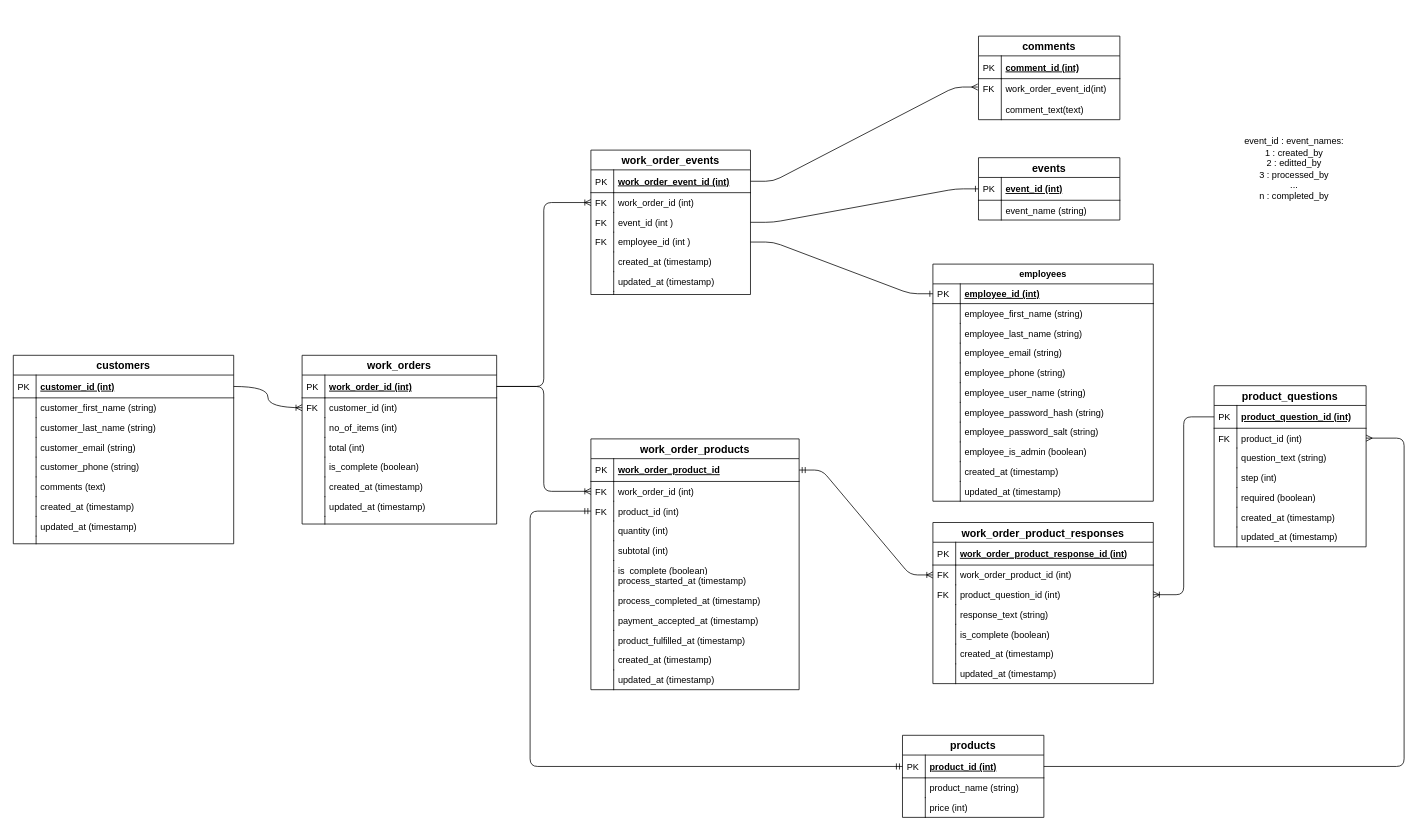
Before: db_schema.drawio in openorderapp/documentation, a draw.io diagram. Source tidied: cells renumbered, new cells numbered last; positions are measured from the earlier drawing's top-left corner, leaving out a move shared by most shapes. Both pictures are drawn from the tidied source at 76%, with x=0, y=0 at pixel (13, 36).
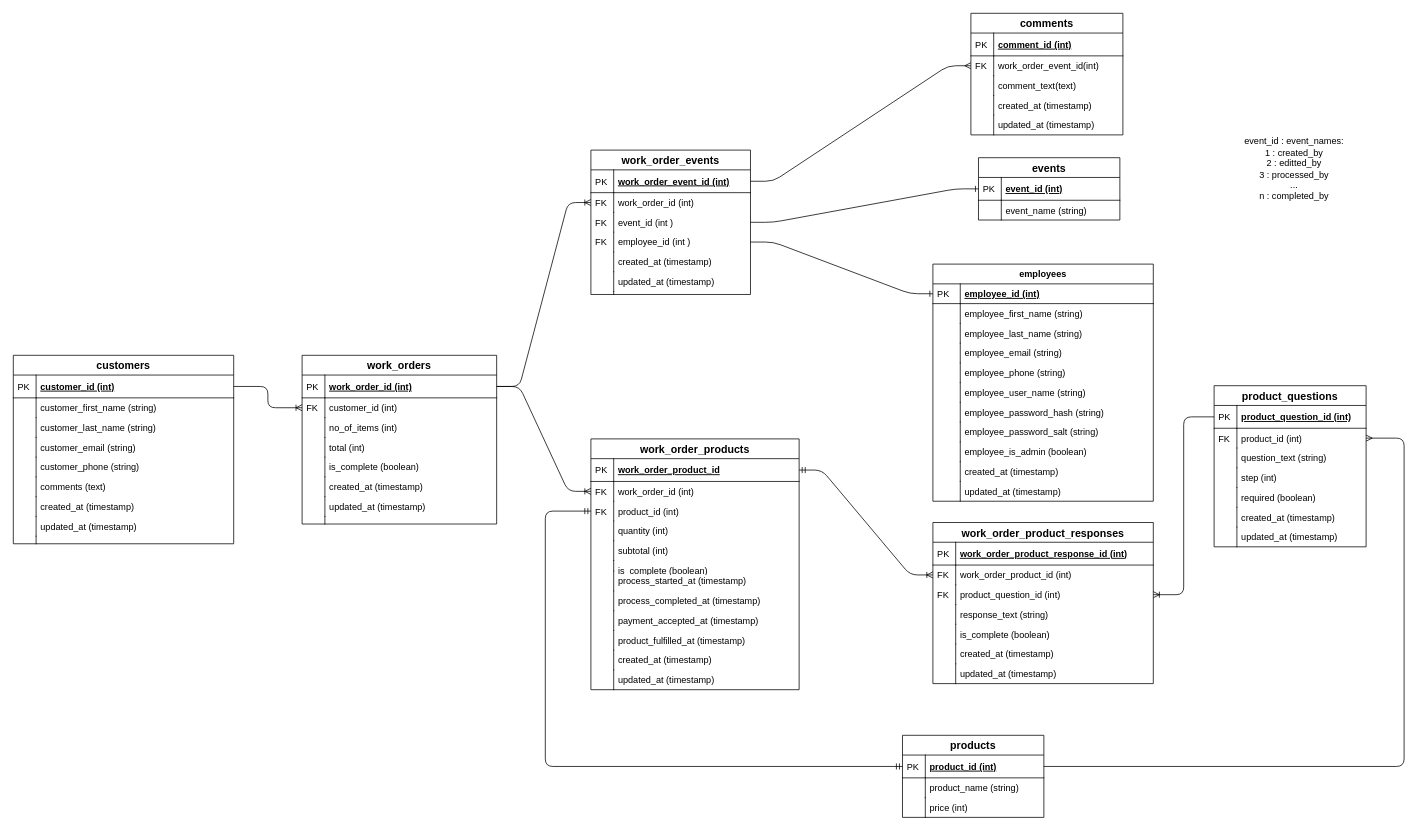
The same page after the edit.

Commit message (it also covers changes not shown here):
Update comments table on the schema digram

The change refers to these unchanged cells:
```xml
<mxCell id="11" value="work_order_id (int)" style="shape=partialRectangle;top=0;left=0;right=0;bottom=1;align=left;verticalAlign=middle;fillColor=none;spacingLeft=34;spacingRight=4;overflow=hidden;points=[[0,0.5],[1,0.5]];portConstraint=eastwest;fontStyle=5;fontSize=12;" parent="10" vertex="1">
  <mxGeometry y="26" width="256" height="30" as="geometry" />
</mxCell>
<mxCell id="13" value="customer_id (int)" style="shape=partialRectangle;top=0;left=0;right=0;bottom=0;align=left;verticalAlign=top;fillColor=none;spacingLeft=34;spacingRight=4;overflow=hidden;points=[[0,0.5],[1,0.5]];portConstraint=eastwest;fontSize=12;" parent="10" vertex="1">
  <mxGeometry y="56" width="256" height="26" as="geometry" />
</mxCell>
<mxCell id="28" value="product_id (int)" style="shape=partialRectangle;top=0;left=0;right=0;bottom=1;align=left;verticalAlign=middle;fillColor=none;spacingLeft=34;spacingRight=4;overflow=hidden;points=[[0,0.5],[1,0.5]];portConstraint=eastwest;fontStyle=5;fontSize=12;" parent="27" vertex="1">
  <mxGeometry y="26" width="186" height="30" as="geometry" />
</mxCell>
<mxCell id="37" value="work_order_id (int)" style="shape=partialRectangle;top=0;left=0;right=0;bottom=0;align=left;verticalAlign=top;fillColor=none;spacingLeft=34;spacingRight=4;overflow=hidden;points=[[0,0.5],[1,0.5]];portConstraint=eastwest;fontSize=12;" parent="34" vertex="1">
  <mxGeometry y="56" width="274" height="26" as="geometry" />
</mxCell>
<mxCell id="39" value="product_id (int)" style="shape=partialRectangle;top=0;left=0;right=0;bottom=0;align=left;verticalAlign=top;fillColor=none;spacingLeft=34;spacingRight=4;overflow=hidden;points=[[0,0.5],[1,0.5]];portConstraint=eastwest;fontSize=12;" parent="34" vertex="1">
  <mxGeometry y="82" width="274" height="26" as="geometry" />
</mxCell>
<mxCell id="76" value="customer_id (int)" style="shape=partialRectangle;top=0;left=0;right=0;bottom=1;align=left;verticalAlign=middle;fillColor=none;spacingLeft=34;spacingRight=4;overflow=hidden;points=[[0,0.5],[1,0.5]];portConstraint=eastwest;fontStyle=5;fontSize=12;" parent="75" vertex="1">
  <mxGeometry y="26" width="290" height="30" as="geometry" />
</mxCell>
<mxCell id="95" value="work_order_event_id (int)" style="shape=partialRectangle;top=0;left=0;right=0;bottom=1;align=left;verticalAlign=middle;fillColor=none;spacingLeft=34;spacingRight=4;overflow=hidden;points=[[0,0.5],[1,0.5]];portConstraint=eastwest;fontStyle=5;fontSize=12;" parent="94" vertex="1">
  <mxGeometry y="26" width="210" height="30" as="geometry" />
</mxCell>
<mxCell id="97" value="work_order_id (int)" style="shape=partialRectangle;top=0;left=0;right=0;bottom=0;align=left;verticalAlign=top;fillColor=none;spacingLeft=34;spacingRight=4;overflow=hidden;points=[[0,0.5],[1,0.5]];portConstraint=eastwest;fontSize=12;" parent="94" vertex="1">
  <mxGeometry y="56" width="210" height="26" as="geometry" />
</mxCell>
```

Diff of the diagram source:
```diff
@@
-    <mxCell id="2" style="edgeStyle=orthogonalEdgeStyle;fontSize=12;html=1;endArrow=ERoneToMany;exitX=1;exitY=0.5;exitDx=0;exitDy=0;entryX=0;entryY=0.5;entryDx=0;entryDy=0;curved=1;" parent="1" edge="1" source="76" target="13">
+    <mxCell id="2" style="edgeStyle=orthogonalEdgeStyle;fontSize=12;html=1;endArrow=ERoneToMany;exitX=1;exitY=0.5;exitDx=0;exitDy=0;entryX=0;entryY=0.5;entryDx=0;entryDy=0;" parent="1" edge="1" source="76" target="13">
       <mxGeometry relative="1" as="geometry" />
     </mxCell>
-    <mxCell id="3" style="edgeStyle=orthogonalEdgeStyle;fontSize=12;html=1;endArrow=ERoneToMany;exitX=1;exitY=0.5;exitDx=0;exitDy=0;entryX=0;entryY=0.5;entryDx=0;entryDy=0;" parent="1" edge="1" source="11" target="37">
+    <mxCell id="3" style="edgeStyle=entityRelationEdgeStyle;fontSize=12;html=1;endArrow=ERoneToMany;exitX=1;exitY=0.5;exitDx=0;exitDy=0;entryX=0;entryY=0.5;entryDx=0;entryDy=0;" parent="1" edge="1" source="11" target="37">
       <mxGeometry relative="1" as="geometry" />
     </mxCell>
     <mxCell id="4" style="edgeStyle=orthogonalEdgeStyle;fontSize=12;html=1;endArrow=ERmandOne;startArrow=ERmandOne;entryX=0;entryY=0.5;entryDx=0;entryDy=0;exitX=0;exitY=0.5;exitDx=0;exitDy=0;" parent="1" edge="1" source="39" target="28">
       <mxGeometry relative="1" as="geometry">
         <Array as="points">
-          <mxPoint x="680" y="625" />
-          <mxPoint x="680" y="961" />
+          <mxPoint x="700" y="625" />
+          <mxPoint x="700" y="961" />
         </Array>
       </mxGeometry>
     </mxCell>
@@
-    <mxCell id="7" style="edgeStyle=orthogonalEdgeStyle;fontSize=12;html=1;endArrow=ERoneToMany;exitX=1;exitY=0.5;exitDx=0;exitDy=0;entryX=0;entryY=0.5;entryDx=0;entryDy=0;" parent="1" edge="1" source="11" target="97">
+    <mxCell id="7" style="edgeStyle=entityRelationEdgeStyle;fontSize=12;html=1;endArrow=ERoneToMany;exitX=1;exitY=0.5;exitDx=0;exitDy=0;entryX=0;entryY=0.5;entryDx=0;entryDy=0;" parent="1" edge="1" source="11" target="97">
       <mxGeometry relative="1" as="geometry" />
     </mxCell>
@@
-    <mxCell id="110" style="edgeStyle=entityRelationEdgeStyle;fontSize=12;html=1;endArrow=ERmany;exitX=1;exitY=0.5;exitDx=0;exitDy=0;entryX=-0.005;entryY=0.204;entryDx=0;entryDy=0;entryPerimeter=0;" parent="1" edge="1" source="95" target="157">
+    <mxCell id="110" style="edgeStyle=entityRelationEdgeStyle;fontSize=12;html=1;endArrow=ERmany;exitX=1;exitY=0.5;exitDx=0;exitDy=0;entryX=0;entryY=0.5;entryDx=0;entryDy=0;" parent="1" edge="1" source="95" target="159">
       <mxGeometry relative="1" as="geometry" />
     </mxCell>
@@
     <mxCell id="154" value="comments" style="swimlane;fontStyle=1;horizontal=1;startSize=26;align=center;fontSize=14;" parent="1" vertex="1">
-      <mxGeometry x="1270" width="186" height="110" as="geometry" />
+      <mxGeometry x="1260" y="-30" width="200" height="160" as="geometry" />
     </mxCell>
     <mxCell id="155" value="comment_id (int)" style="shape=partialRectangle;top=0;left=0;right=0;bottom=1;align=left;verticalAlign=middle;fillColor=none;spacingLeft=34;spacingRight=4;overflow=hidden;fontStyle=5;fontSize=12;" parent="154" vertex="1">
-      <mxGeometry y="26" width="186" height="30" as="geometry" />
+      <mxGeometry y="26" width="200" height="30" as="geometry" />
     </mxCell>
@@
-    <mxCell id="157" value="work_order_event_id(int)&#10;&#10;comment_text(text)" style="shape=partialRectangle;top=0;left=0;right=0;bottom=0;align=left;verticalAlign=top;fillColor=none;spacingLeft=34;spacingRight=4;overflow=hidden;points=[[0,0.5],[1,0.5]];portConstraint=eastwest;fontSize=12;" parent="154" vertex="1">
-      <mxGeometry y="56" width="186" height="54" as="geometry" />
-    </mxCell>
+    <mxCell id="159" value="work_order_event_id(int)" style="shape=partialRectangle;top=0;left=0;right=0;bottom=0;align=left;verticalAlign=top;fillColor=none;spacingLeft=34;spacingRight=4;overflow=hidden;points=[[0,0.5],[1,0.5]];portConstraint=eastwest;fontSize=12;" parent="154" vertex="1">
+      <mxGeometry y="56" width="200" height="26" as="geometry" />
+    </mxCell>
-    <mxCell id="158" value="FK" style="shape=partialRectangle;top=0;left=0;bottom=0;fillColor=none;align=left;verticalAlign=top;spacingLeft=4;spacingRight=4;overflow=hidden;fontSize=12;" parent="157" vertex="1">
-      <mxGeometry width="30" height="54" as="geometry" />
+    <mxCell id="158" value="FK" style="shape=partialRectangle;top=0;left=0;bottom=0;fillColor=none;align=left;verticalAlign=top;spacingLeft=4;spacingRight=4;overflow=hidden;fontSize=12;" parent="159" vertex="1">
+      <mxGeometry width="30" height="26" as="geometry" />
     </mxCell>
+    <mxCell id="160" value="comment_text(text)" style="shape=partialRectangle;top=0;left=0;right=0;bottom=0;align=left;verticalAlign=top;fillColor=none;spacingLeft=34;spacingRight=4;overflow=hidden;fontSize=12;" parent="154" vertex="1">
+      <mxGeometry y="82" width="200" height="26" as="geometry" />
+    </mxCell>
+    <mxCell id="161" style="shape=partialRectangle;top=0;left=0;bottom=0;fillColor=none;align=left;verticalAlign=top;spacingLeft=4;spacingRight=4;overflow=hidden;fontSize=12;" parent="160" vertex="1">
+      <mxGeometry width="30" height="26" as="geometry" />
+    </mxCell>
+    <mxCell id="162" value="created_at (timestamp)" style="shape=partialRectangle;top=0;left=0;right=0;bottom=0;align=left;verticalAlign=top;fillColor=none;spacingLeft=34;spacingRight=4;overflow=hidden;fontSize=12;" parent="154" vertex="1">
+      <mxGeometry y="108" width="200" height="26" as="geometry" />
+    </mxCell>
+    <mxCell id="163" style="shape=partialRectangle;top=0;left=0;bottom=0;fillColor=none;align=left;verticalAlign=top;spacingLeft=4;spacingRight=4;overflow=hidden;fontSize=12;" parent="162" vertex="1">
+      <mxGeometry width="30" height="26" as="geometry" />
+    </mxCell>
+    <mxCell id="164" value="updated_at (timestamp)" style="shape=partialRectangle;top=0;left=0;right=0;bottom=0;align=left;verticalAlign=top;fillColor=none;spacingLeft=34;spacingRight=4;overflow=hidden;fontSize=12;" parent="154" vertex="1">
+      <mxGeometry y="134" width="200" height="26" as="geometry" />
+    </mxCell>
+    <mxCell id="165" style="shape=partialRectangle;top=0;left=0;bottom=0;fillColor=none;align=left;verticalAlign=top;spacingLeft=4;spacingRight=4;overflow=hidden;fontSize=12;" parent="164" vertex="1">
+      <mxGeometry width="30" height="26" as="geometry" />
+    </mxCell>
```
